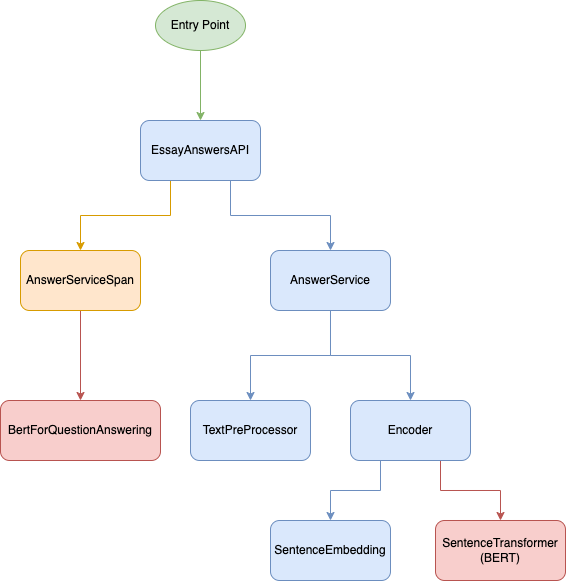
Earlier version of the draw.io export diagram.png (ddgob/essay_answers). Source tidied: cells renumbered, new cells last; positions are measured from the earlier drawing's top-left corner, leaving out a move shared by most shapes.
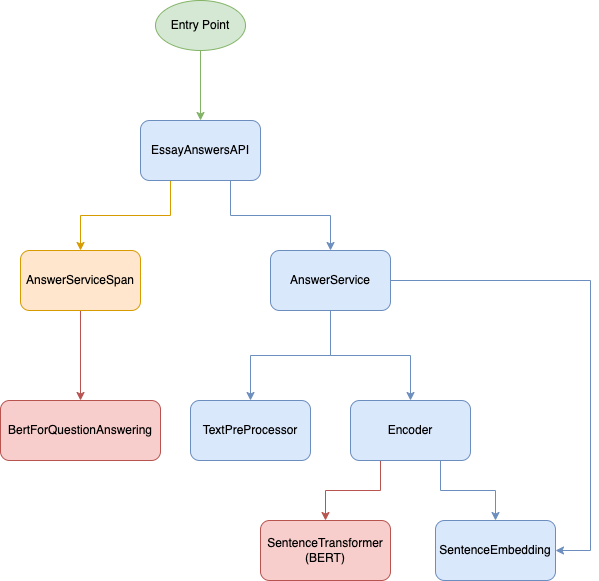
The same file after the commit.

Commit message:
docs: diagram addition

Change to the diagram source:
```diff
@@ -2,10 +2,10 @@
   <root>
     <mxCell id="0" />
     <mxCell id="1" parent="0" />
-    <mxCell id="2" style="edgeStyle=orthogonalEdgeStyle;rounded=0;jettySize=auto;html=1;exitX=0.25;exitY=1;exitDx=0;exitDy=0;fillColor=#ffe6cc;strokeColor=#d79b00;" parent="1" edge="1" source="4" target="15">
+    <mxCell id="2" style="edgeStyle=orthogonalEdgeStyle;rounded=0;jettySize=auto;html=1;exitX=0.25;exitY=1;exitDx=0;exitDy=0;fillColor=#ffe6cc;strokeColor=#d79b00;" parent="1" edge="1" source="4" target="16">
       <mxGeometry relative="1" as="geometry" />
     </mxCell>
-    <mxCell id="3" style="edgeStyle=orthogonalEdgeStyle;rounded=0;jettySize=auto;html=1;exitX=0.75;exitY=1;exitDx=0;exitDy=0;fillColor=#dae8fc;strokeColor=#6c8ebf;" parent="1" edge="1" source="4" target="11">
+    <mxCell id="3" style="edgeStyle=orthogonalEdgeStyle;rounded=0;jettySize=auto;html=1;exitX=0.75;exitY=1;exitDx=0;exitDy=0;fillColor=#dae8fc;strokeColor=#6c8ebf;" parent="1" edge="1" source="4" target="12">
       <mxGeometry relative="1" as="geometry" />
     </mxCell>
     <mxCell id="4" value="EssayAnswersAPI" style="rounded=1;whiteSpace=wrap;html=1;fillColor=#dae8fc;strokeColor=#6c8ebf;" parent="1" vertex="1">
@@ -14,44 +14,52 @@
     <mxCell id="5" value="TextPreProcessor" style="rounded=1;whiteSpace=wrap;html=1;fillColor=#dae8fc;strokeColor=#6c8ebf;" parent="1" vertex="1">
       <mxGeometry x="190" y="400" width="120" height="60" as="geometry" />
     </mxCell>
-    <mxCell id="6" style="edgeStyle=orthogonalEdgeStyle;rounded=0;jettySize=auto;html=1;exitX=0.75;exitY=1;exitDx=0;exitDy=0;fillColor=#f8cecc;strokeColor=#b85450;" parent="1" edge="1" source="8" target="13">
+    <mxCell id="6" style="edgeStyle=orthogonalEdgeStyle;rounded=0;jettySize=auto;html=1;exitX=0.25;exitY=1;exitDx=0;exitDy=0;fillColor=#f8cecc;strokeColor=#b85450;" parent="1" edge="1" source="8" target="14">
       <mxGeometry relative="1" as="geometry" />
     </mxCell>
-    <mxCell id="7" style="edgeStyle=orthogonalEdgeStyle;rounded=0;jettySize=auto;html=1;exitX=0.25;exitY=1;exitDx=0;exitDy=0;fillColor=#dae8fc;strokeColor=#6c8ebf;" parent="1" edge="1" source="8" target="12">
+    <mxCell id="7" style="edgeStyle=orthogonalEdgeStyle;rounded=0;jettySize=auto;html=1;exitX=0.75;exitY=1;exitDx=0;exitDy=0;fillColor=#dae8fc;strokeColor=#6c8ebf;" parent="1" edge="1" source="8" target="13">
       <mxGeometry relative="1" as="geometry" />
     </mxCell>
     <mxCell id="8" value="Encoder" style="rounded=1;whiteSpace=wrap;html=1;fillColor=#dae8fc;strokeColor=#6c8ebf;" parent="1" vertex="1">
       <mxGeometry x="350" y="400" width="120" height="60" as="geometry" />
     </mxCell>
-    <mxCell id="9" style="edgeStyle=orthogonalEdgeStyle;rounded=0;jettySize=auto;html=1;fillColor=#dae8fc;strokeColor=#6c8ebf;" parent="1" edge="1" source="11" target="5">
+    <mxCell id="9" style="edgeStyle=orthogonalEdgeStyle;rounded=0;jettySize=auto;html=1;fillColor=#dae8fc;strokeColor=#6c8ebf;" parent="1" edge="1" source="12" target="5">
       <mxGeometry relative="1" as="geometry" />
     </mxCell>
-    <mxCell id="10" style="edgeStyle=orthogonalEdgeStyle;rounded=0;jettySize=auto;html=1;entryX=0.5;entryY=0;entryDx=0;entryDy=0;fillColor=#dae8fc;strokeColor=#6c8ebf;" parent="1" edge="1" source="11" target="8">
+    <mxCell id="10" style="edgeStyle=orthogonalEdgeStyle;rounded=0;jettySize=auto;html=1;entryX=0.5;entryY=0;entryDx=0;entryDy=0;fillColor=#dae8fc;strokeColor=#6c8ebf;" parent="1" edge="1" source="12" target="8">
       <mxGeometry relative="1" as="geometry" />
     </mxCell>
-    <mxCell id="11" value="AnswerService" style="rounded=1;whiteSpace=wrap;html=1;fillColor=#dae8fc;strokeColor=#6c8ebf;" parent="1" vertex="1">
-      <mxGeometry x="270" y="250" width="120" height="60" as="geometry" />
+    <mxCell id="11" style="edgeStyle=orthogonalEdgeStyle;rounded=0;jettySize=auto;html=1;entryX=1;entryY=0.5;entryDx=0;entryDy=0;fillColor=#dae8fc;strokeColor=#6c8ebf;" parent="1" edge="1" source="12" target="13">
+      <mxGeometry relative="1" as="geometry">
+        <Array as="points">
+          <mxPoint x="590" y="280" />
+          <mxPoint x="590" y="550" />
+        </Array>
+      </mxGeometry>
     </mxCell>
-    <mxCell id="12" value="SentenceEmbedding" style="rounded=1;whiteSpace=wrap;html=1;fillColor=#dae8fc;strokeColor=#6c8ebf;" parent="1" vertex="1">
-      <mxGeometry x="270" y="520" width="120" height="60" as="geometry" />
+    <mxCell id="12" value="AnswerService" style="rounded=1;whiteSpace=wrap;html=1;fillColor=#dae8fc;strokeColor=#6c8ebf;" parent="1" vertex="1">
+      <mxGeometry x="270" y="250" width="120" height="60" as="geometry" />
     </mxCell>
-    <mxCell id="13" value="SentenceTransformer&lt;br&gt;(BERT)" style="rounded=1;whiteSpace=wrap;html=1;fillColor=#f8cecc;strokeColor=#b85450;" parent="1" vertex="1">
-      <mxGeometry x="435" y="520" width="130" height="60" as="geometry" />
+    <mxCell id="13" value="SentenceEmbedding" style="rounded=1;whiteSpace=wrap;html=1;fillColor=#dae8fc;strokeColor=#6c8ebf;" parent="1" vertex="1">
+      <mxGeometry x="435" y="520" width="120" height="60" as="geometry" />
     </mxCell>
-    <mxCell id="14" style="edgeStyle=orthogonalEdgeStyle;rounded=0;jettySize=auto;html=1;fillColor=#f8cecc;strokeColor=#b85450;" parent="1" edge="1" source="15" target="16">
-      <mxGeometry relative="1" as="geometry" />
+    <mxCell id="14" value="SentenceTransformer&lt;br&gt;(BERT)" style="rounded=1;whiteSpace=wrap;html=1;fillColor=#f8cecc;strokeColor=#b85450;" parent="1" vertex="1">
+      <mxGeometry x="260" y="520" width="130" height="60" as="geometry" />
     </mxCell>
-    <mxCell id="15" value="AnswerServiceSpan" style="rounded=1;whiteSpace=wrap;html=1;fillColor=#ffe6cc;strokeColor=#d79b00;" parent="1" vertex="1">
-      <mxGeometry x="20" y="250" width="120" height="60" as="geometry" />
+    <mxCell id="15" style="edgeStyle=orthogonalEdgeStyle;rounded=0;jettySize=auto;html=1;fillColor=#f8cecc;strokeColor=#b85450;" parent="1" edge="1" source="16" target="17">
+      <mxGeometry relative="1" as="geometry" />
     </mxCell>
-    <mxCell id="16" value="BertForQuestionAnswering" style="rounded=1;whiteSpace=wrap;html=1;fillColor=#f8cecc;strokeColor=#b85450;" parent="1" vertex="1">
-      <mxGeometry y="400" width="160" height="60" as="geometry" />
+    <mxCell id="16" value="AnswerServiceSpan" style="rounded=1;whiteSpace=wrap;html=1;fillColor=#ffe6cc;strokeColor=#d79b00;" parent="1" vertex="1">
+      <mxGeometry x="20" y="250" width="120" height="60" as="geometry" />
     </mxCell>
-    <mxCell id="17" style="edgeStyle=orthogonalEdgeStyle;rounded=0;jettySize=auto;html=1;entryX=0.5;entryY=0;entryDx=0;entryDy=0;fillColor=#d5e8d4;strokeColor=#82b366;" parent="1" edge="1" source="18" target="4">
-      <mxGeometry relative="1" as="geometry" />
+    <mxCell id="17" value="BertForQuestionAnswering" style="rounded=1;whiteSpace=wrap;html=1;fillColor=#f8cecc;strokeColor=#b85450;" parent="1" vertex="1">
+      <mxGeometry y="400" width="160" height="60" as="geometry" />
     </mxCell>
-    <mxCell id="18" value="Entry Point" style="ellipse;whiteSpace=wrap;html=1;fillColor=#d5e8d4;strokeColor=#82b366;" parent="1" vertex="1">
-      <mxGeometry x="155" width="90" height="50" as="geometry" />
+    <mxCell id="18" style="edgeStyle=orthogonalEdgeStyle;rounded=0;jettySize=auto;html=1;entryX=0.5;entryY=0;entryDx=0;entryDy=0;fillColor=#d5e8d4;strokeColor=#82b366;" parent="1" edge="1" source="19" target="4">
+      <mxGeometry relative="1" as="geometry" />
     </mxCell>
+    <mxCell id="19" value="Entry Point" style="ellipse;whiteSpace=wrap;html=1;fillColor=#d5e8d4;strokeColor=#82b366;" parent="1" vertex="1">
+      <mxGeometry x="155" width="90" height="50" as="geometry" />
+    </mxCell>
   </root>
 </mxGraphModel>
```
